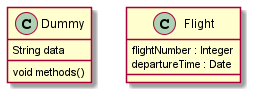
Earlier version of the PlantUML export designDocs/classDiagram/classDiagram.png (bartlomiej-aleksiejczyk/DevDossier). The source it was exported from:
```plantuml
@startuml
class Dummy {
  String data
  void methods()
}

class Flight {
   flightNumber : Integer
   departureTime : Date
}
@enduml
```
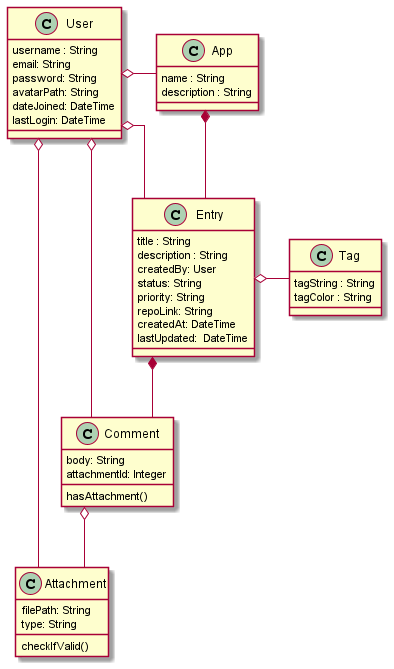
After the change.

Commit message:
Update class diagram from design docs

What changed in the source:
```diff
@@ -1,11 +1,55 @@
 @startuml
-class Dummy {
-  String data
-  void methods()
+
+skinparam linetype ortho
+
+class User {
+   username : String
+   email: String
+   password: String
+   avatarPath: String
+   dateJoined: DateTime
+   lastLogin: DateTime
 }
 
-class Flight {
-   flightNumber : Integer
-   departureTime : Date
+class App {
+   name : String
+   description : String
 }
+
+class Entry {
+   title : String
+   description : String
+   createdBy: User
+   status: String
+   priority: String
+   repoLink: String
+   createdAt: DateTime
+   lastUpdated:  DateTime
+}
+
+class Comment {
+   body: String
+   attachmentId: Integer
+   hasAttachment()
+}
+
+class Attachment{
+   filePath: String
+   type: String
+   checkIfValid()
+}
+
+class Tag {
+   tagString : String
+   tagColor : String
+   }
+
+App *-- Entry
+Entry *-- Comment
+Entry o- Tag
+Comment o-- Attachment
+User o- Entry
+User o- App
+User o- Comment
+User o- Attachment
 @enduml
```
